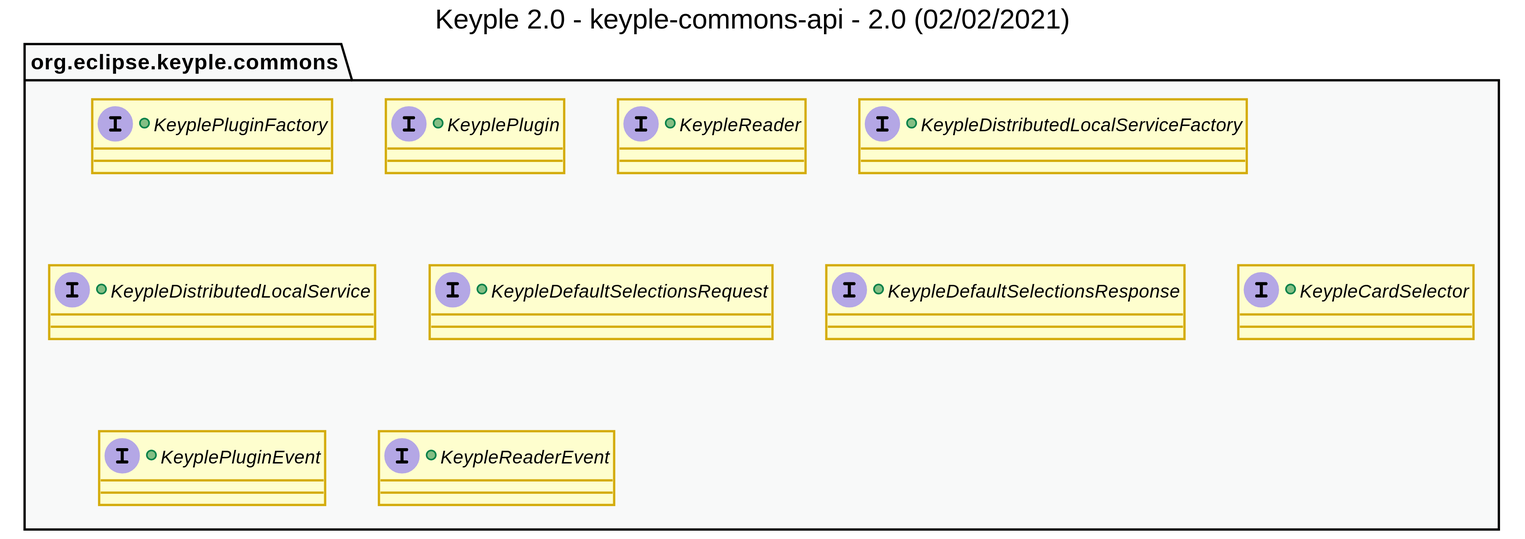
Above: uml/class/keyple_2_0_class_commons_api.svg in calypsonet/keyple_2_0 (PlantUML), before the change.
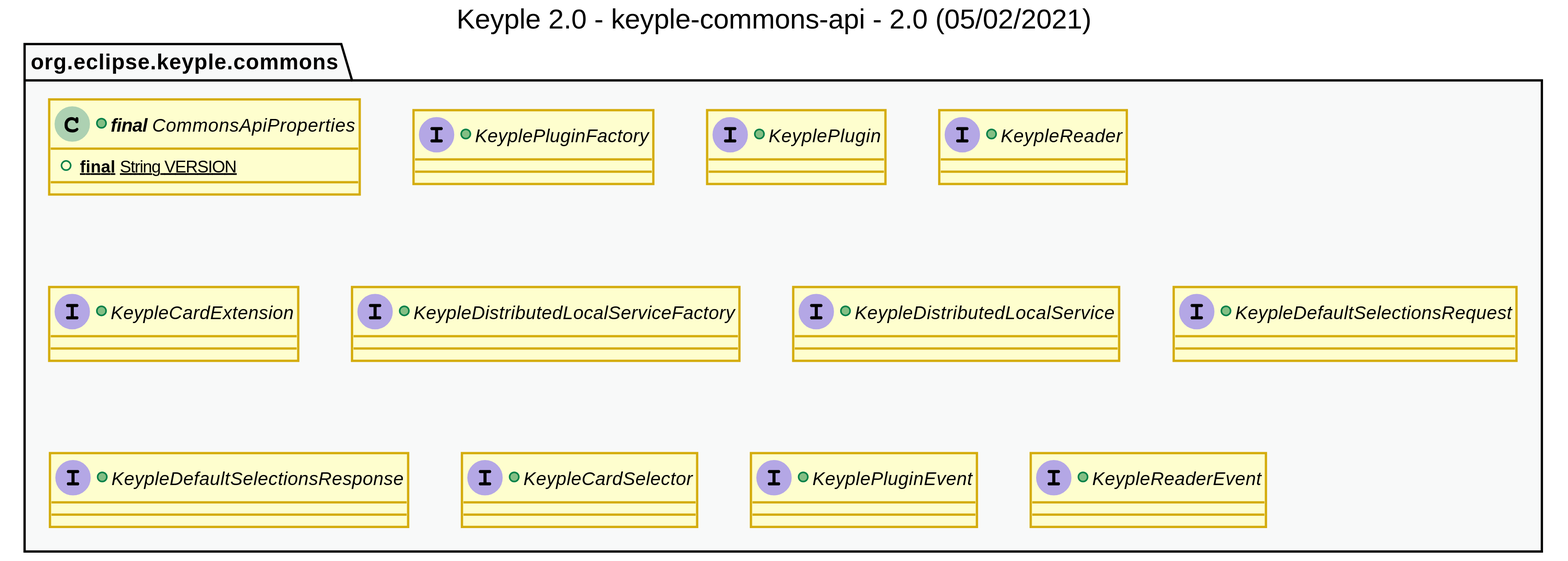
The same file after the commit.

What changed in the source:
```diff
@@ -1,6 +1,6 @@
 @startuml
 title
-    Keyple 2.0 - keyple-commons-api - 2.0 (02/02/2021)
+    Keyple 2.0 - keyple-commons-api - 2.0 (05/02/2021)
 end title
 
 
@@ -39,11 +39,16 @@
 
 
 package "org.eclipse.keyple.commons" as api {
+    +class "**final** CommonsApiProperties" as ApiProperties {
+        +{static} **final** String VERSION
+    }
     +interface KeyplePluginFactory {
     }
     +interface KeyplePlugin {
     }
     +interface KeypleReader {
+    }
+    +interface KeypleCardExtension {
     }
     +interface KeypleDistributedLocalServiceFactory {
     }
```
